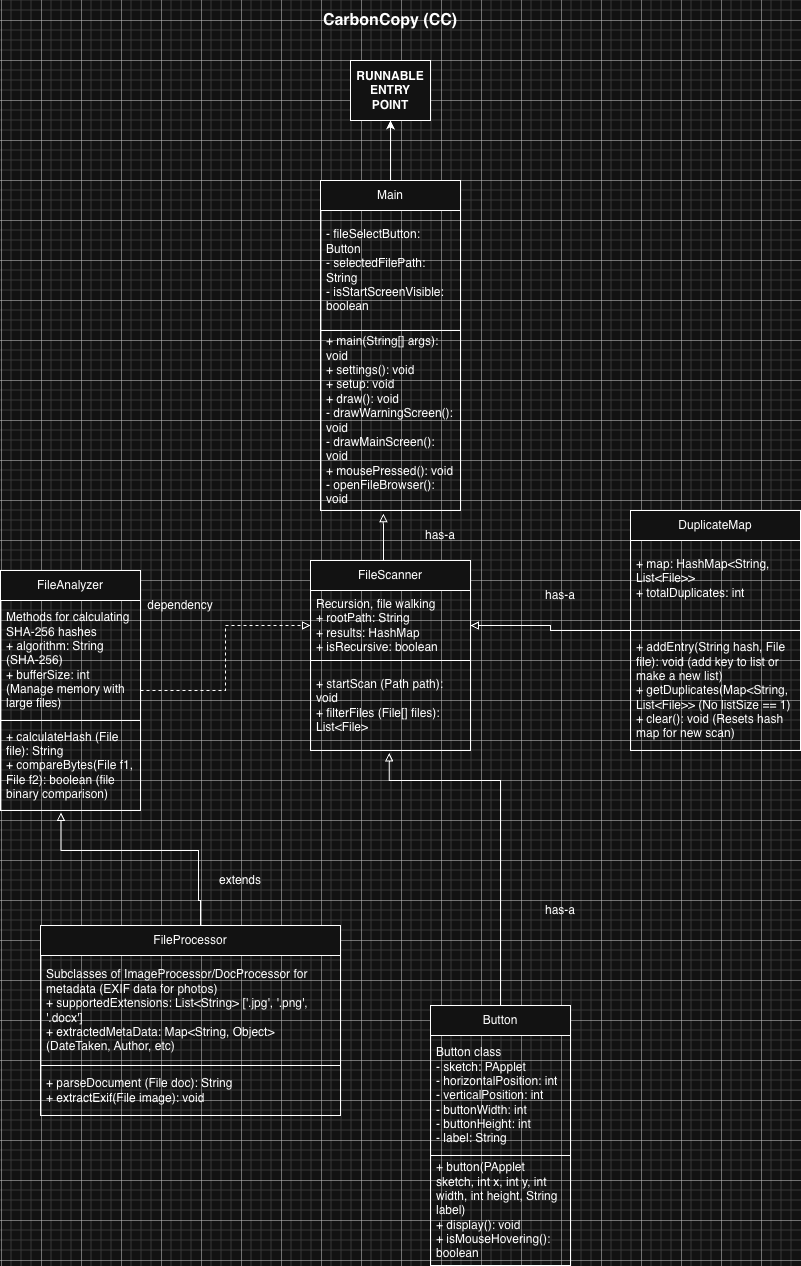
The draw.io diagram images/UML.png in CFlory-Programming/AdvProgrammingIndividualProject, before a commit. Source tidied: cells renumbered, new cells last; positions are measured from the earlier drawing's top-left corner, leaving out a move shared by most shapes.
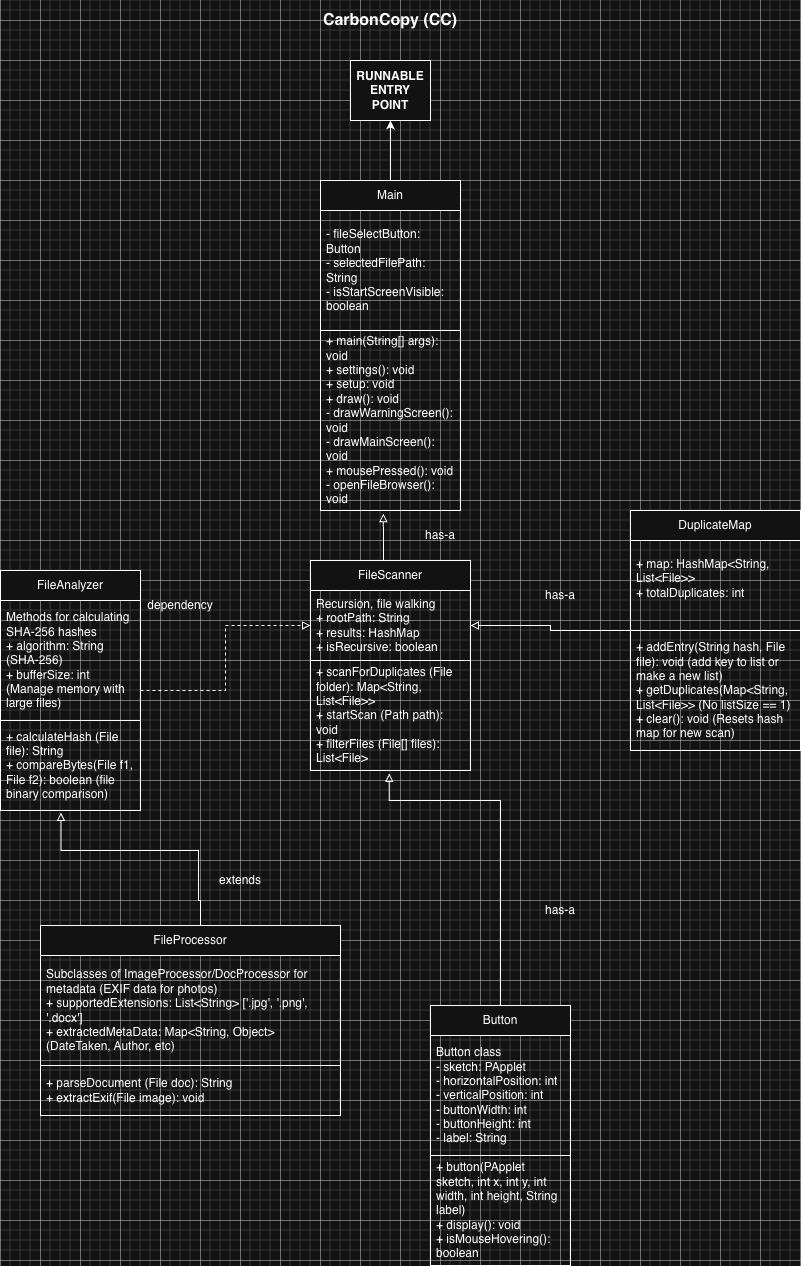
The same diagram one commit later.

Diff of the diagram source:
```diff
@@ -9,14 +9,14 @@
       <mxGeometry x="350" y="60" width="80" height="60" as="geometry" />
     </mxCell>
     <mxCell id="4" value="FileScanner" style="swimlane;fontStyle=0;horizontal=1;startSize=30;whiteSpace=wrap;html=1;" parent="1" vertex="1">
-      <mxGeometry x="310" y="560" width="160" height="190" as="geometry" />
+      <mxGeometry x="310" y="560" width="160" height="210" as="geometry" />
     </mxCell>
     <mxCell id="5" value="Recursion, file walking&lt;div&gt;+ rootPath: String&lt;div&gt;+ results: HashMap&lt;/div&gt;&lt;div&gt;+ isRecursive: boolean&lt;/div&gt;&lt;/div&gt;" style="text;strokeColor=none;fillColor=none;align=left;verticalAlign=middle;spacingLeft=4;spacingRight=4;overflow=hidden;points=[[0,0.5],[1,0.5]];portConstraint=eastwest;whiteSpace=wrap;html=1;" parent="4" vertex="1">
       <mxGeometry y="30" width="160" height="70" as="geometry" />
     </mxCell>
-    <mxCell id="6" value="+ startScan (Path path): void&lt;div&gt;+ filterFiles (File[] files): List&amp;lt;File&amp;gt;&lt;/div&gt;" style="text;strokeColor=default;fillColor=none;align=left;verticalAlign=middle;spacingLeft=4;spacingRight=4;overflow=hidden;points=[[0,0.5],[1,0.5]];portConstraint=eastwest;whiteSpace=wrap;html=1;strokeWidth=1;" parent="4" vertex="1">
-      <mxGeometry y="100" width="160" height="90" as="geometry" />
-    </mxCell>
+    <mxCell id="33" value="+ scanForDuplicates (File folder): Map&amp;lt;String, List&amp;lt;File&amp;gt;&amp;gt;&lt;br&gt;+ startScan (Path path): void&lt;div&gt;+ filterFiles (File[] files): List&amp;lt;File&amp;gt;&lt;/div&gt;" style="text;strokeColor=default;fillColor=none;align=left;verticalAlign=middle;spacingLeft=4;spacingRight=4;overflow=hidden;points=[[0,0.5],[1,0.5]];portConstraint=eastwest;whiteSpace=wrap;html=1;strokeWidth=1;" parent="4" vertex="1">
+      <mxGeometry y="100" width="160" height="110" as="geometry" />
+    </mxCell>
     <mxCell id="7" style="edgeStyle=orthogonalEdgeStyle;rounded=0;jettySize=auto;html=1;dashed=1;endArrow=block;endFill=0;entryX=0;entryY=0.5;entryDx=0;entryDy=0;" parent="1" edge="1" source="8" target="5">
       <mxGeometry relative="1" as="geometry" />
     </mxCell>
@@ -93,14 +93,14 @@
     <mxCell id="29" value="+ main(String[] args): void&lt;div&gt;+ settings(): void&lt;/div&gt;&lt;div&gt;+ setup: void&lt;/div&gt;&lt;div&gt;+ draw(): void&lt;/div&gt;&lt;div&gt;- drawWarningScreen(): void&lt;/div&gt;&lt;div&gt;- drawMainScreen(): void&lt;br&gt;+ mousePressed(): void&lt;br&gt;- openFileBrowser(): void&lt;/div&gt;" style="text;strokeColor=default;fillColor=none;align=left;verticalAlign=middle;spacingLeft=4;spacingRight=4;overflow=hidden;points=[[0,0.5],[1,0.5]];portConstraint=eastwest;whiteSpace=wrap;html=1;strokeWidth=1;" parent="27" vertex="1">
       <mxGeometry y="150" width="140" height="180" as="geometry" />
     </mxCell>
-    <mxCell id="30" style="edgeStyle=orthogonalEdgeStyle;rounded=0;jettySize=auto;html=1;entryX=0.492;entryY=1.027;entryDx=0;entryDy=0;endArrow=block;endFill=0;entryPerimeter=0;exitX=0.5;exitY=0;exitDx=0;exitDy=0;" parent="1" edge="1" source="22" target="6">
-      <mxGeometry relative="1" as="geometry">
-        <Array as="points">
-          <mxPoint x="500" y="780" />
-          <mxPoint x="389" y="780" />
-        </Array>
-      </mxGeometry>
-    </mxCell>
+    <mxCell id="34" style="edgeStyle=orthogonalEdgeStyle;rounded=0;jettySize=auto;html=1;entryX=0.492;entryY=1.027;entryDx=0;entryDy=0;endArrow=block;endFill=0;entryPerimeter=0;exitX=0.5;exitY=0;exitDx=0;exitDy=0;" parent="1" edge="1" source="22" target="33">
+      <mxGeometry relative="1" as="geometry">
+        <Array as="points">
+          <mxPoint x="500" y="800" />
+          <mxPoint x="389" y="800" />
+        </Array>
+      </mxGeometry>
+    </mxCell>
     <mxCell id="31" style="edgeStyle=orthogonalEdgeStyle;rounded=0;jettySize=auto;html=1;endArrow=block;endFill=0;exitX=0.5;exitY=0;exitDx=0;exitDy=0;entryX=0.449;entryY=1.017;entryDx=0;entryDy=0;entryPerimeter=0;" parent="1" edge="1" source="4" target="29">
       <mxGeometry relative="1" as="geometry">
         <Array as="points">
```
